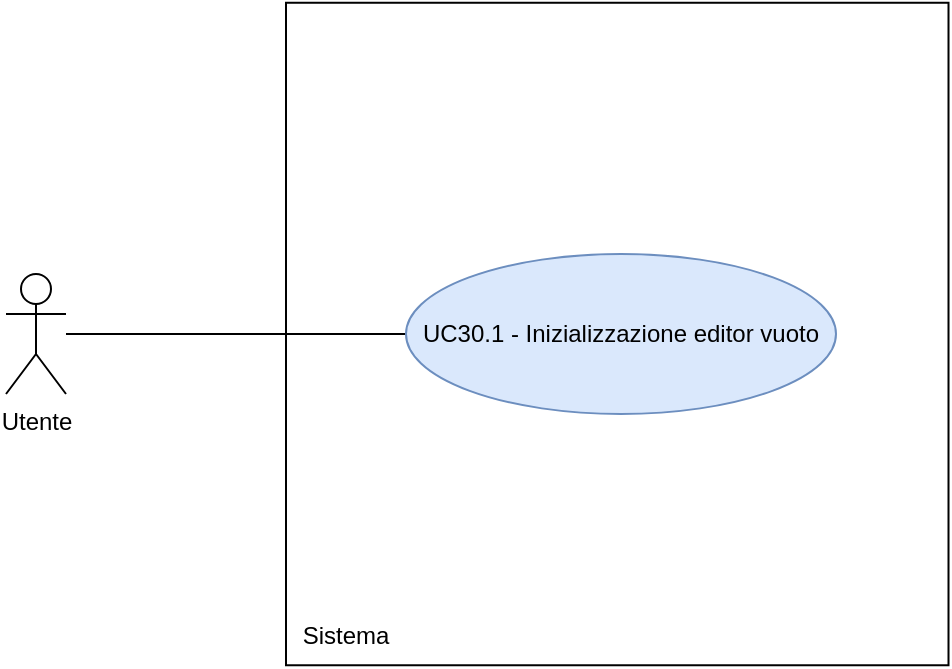
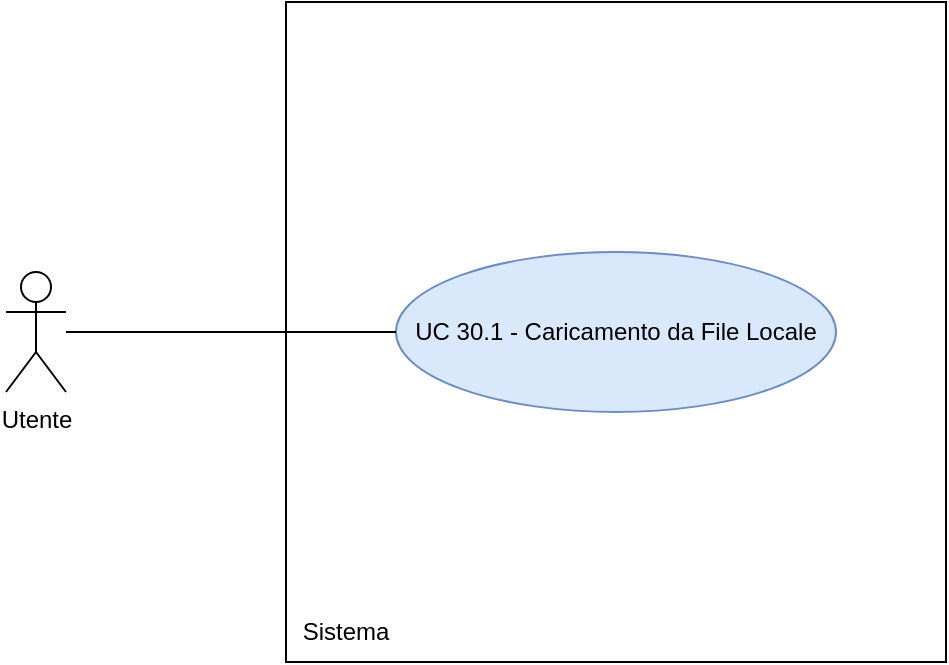
- <mxfile host="Electron" agent="Mozilla/5.0 (Macintosh; Intel Mac OS X 10_15_7) AppleWebKit/537.36 (KHTML, like Gecko) draw.io/29.6.6 Chrome/144.0.7559.236 Electron/40.8.4 Safari/537.36" version="29.6.6">
-   <diagram name="Page-1" id="txlnS8rQwgi-RHibTv1T">
-     <mxGraphModel dx="976" dy="656" grid="1" gridSize="10" guides="1" tooltips="1" connect="1" arrows="1" fold="1" page="1" pageScale="1" pageWidth="850" pageHeight="1100" math="0" shadow="0">
+ <mxfile host="app.diagrams.net">
+   <diagram name="UC 11 - Gestione Codice" id="Kt2Dgr2KxfvWRwyXOeAN">
+     <mxGraphModel dx="1483" dy="1032" grid="1" gridSize="10" guides="1" tooltips="1" connect="1" arrows="1" fold="1" page="1" pageScale="1" pageWidth="850" pageHeight="1100" math="0" shadow="0">
      <root>
        <mxCell id="0" />
        <mxCell id="1" parent="0" />
-         <mxCell id="FZwI5ev0mp1Ufgfl1J7u-1" parent="1" style="shape=umlActor;verticalLabelPosition=bottom;verticalAlign=top;html=1;outlineConnect=0;" value="Utente" vertex="1">
-           <mxGeometry height="60" width="30" x="90" y="270" as="geometry" />
+         <mxCell id="RaLqJGYHGWQkEpiDzxTo-647" parent="1" style="shape=umlActor;verticalLabelPosition=bottom;verticalAlign=top;html=1;outlineConnect=0;" value="Utente" vertex="1">
+           <mxGeometry height="60" width="30" x="110" y="315" as="geometry" />
        </mxCell>
-         <mxCell id="FZwI5ev0mp1Ufgfl1J7u-4" parent="1" style="whiteSpace=wrap;html=1;aspect=fixed;" value="" vertex="1">
-           <mxGeometry height="331.25" width="331.25" x="230" y="134.38" as="geometry" />
+         <mxCell id="RaLqJGYHGWQkEpiDzxTo-648" parent="1" style="whiteSpace=wrap;html=1;aspect=fixed;" value="" vertex="1">
+           <mxGeometry height="330" width="330" x="250" y="180" as="geometry" />
        </mxCell>
-         <mxCell id="FZwI5ev0mp1Ufgfl1J7u-6" edge="1" parent="1" source="FZwI5ev0mp1Ufgfl1J7u-5" style="edgeStyle=orthogonalEdgeStyle;rounded=0;orthogonalLoop=1;jettySize=auto;html=1;endArrow=none;endFill=0;">
-           <mxGeometry relative="1" as="geometry">
-             <mxPoint x="120" y="300" as="targetPoint" />
-           </mxGeometry>
+         <mxCell id="RaLqJGYHGWQkEpiDzxTo-649" parent="1" style="text;html=1;whiteSpace=wrap;strokeColor=none;fillColor=none;align=center;verticalAlign=middle;rounded=0;" value="Sistema" vertex="1">
+           <mxGeometry height="30" width="60" x="250" y="480" as="geometry" />
        </mxCell>
-         <mxCell id="FZwI5ev0mp1Ufgfl1J7u-5" parent="1" style="ellipse;whiteSpace=wrap;html=1;fillColor=#dae8fc;strokeColor=#6c8ebf;" value="UC30.1 - Inizializzazione editor vuoto" vertex="1">
-           <mxGeometry height="80" width="215" x="290" y="260" as="geometry" />
+         <mxCell id="RaLqJGYHGWQkEpiDzxTo-650" parent="1" style="ellipse;whiteSpace=wrap;html=1;fillColor=#dae8fc;strokeColor=#6c8ebf;" value="UC 30.1 - Caricamento da File Locale" vertex="1">
+           <mxGeometry height="80" width="220" x="305" y="305" as="geometry" />
        </mxCell>
-         <mxCell id="FZwI5ev0mp1Ufgfl1J7u-7" parent="1" style="text;html=1;whiteSpace=wrap;strokeColor=none;fillColor=none;align=center;verticalAlign=middle;rounded=0;" value="Sistema" vertex="1">
-           <mxGeometry height="30" width="60" x="230" y="435.63" as="geometry" />
+         <mxCell id="RaLqJGYHGWQkEpiDzxTo-651" edge="1" parent="1" source="RaLqJGYHGWQkEpiDzxTo-647" style="edgeStyle=none;rounded=0;orthogonalLoop=1;jettySize=auto;html=1;endArrow=none;endFill=0;" target="RaLqJGYHGWQkEpiDzxTo-650">
+           <mxGeometry relative="1" as="geometry" />
        </mxCell>
      </root>
    </mxGraphModel>
  </diagram>
</mxfile>
